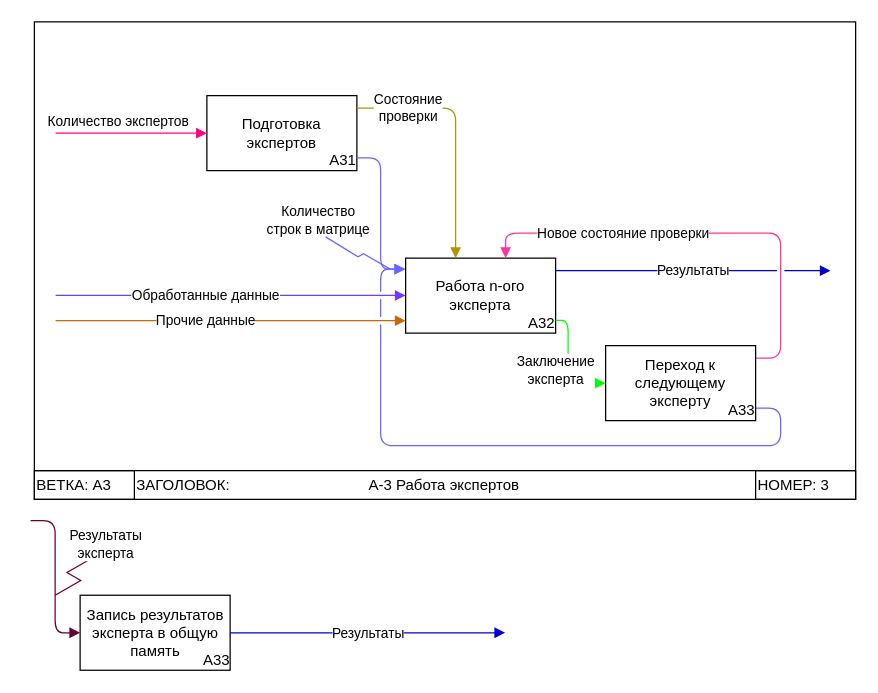
This is page "А3" (3 of 4) of draw_io/idef0 prog.drawio from Dimj1k/Works, a draw.io file, before an edit. Source tidied: cells renumbered, new cells numbered last; positions are measured from the earlier drawing's top-left corner, leaving out a move shared by most shapes. Both pictures are drawn from the tidied source at 125%, with x=0, y=0 at pixel (30, 21).
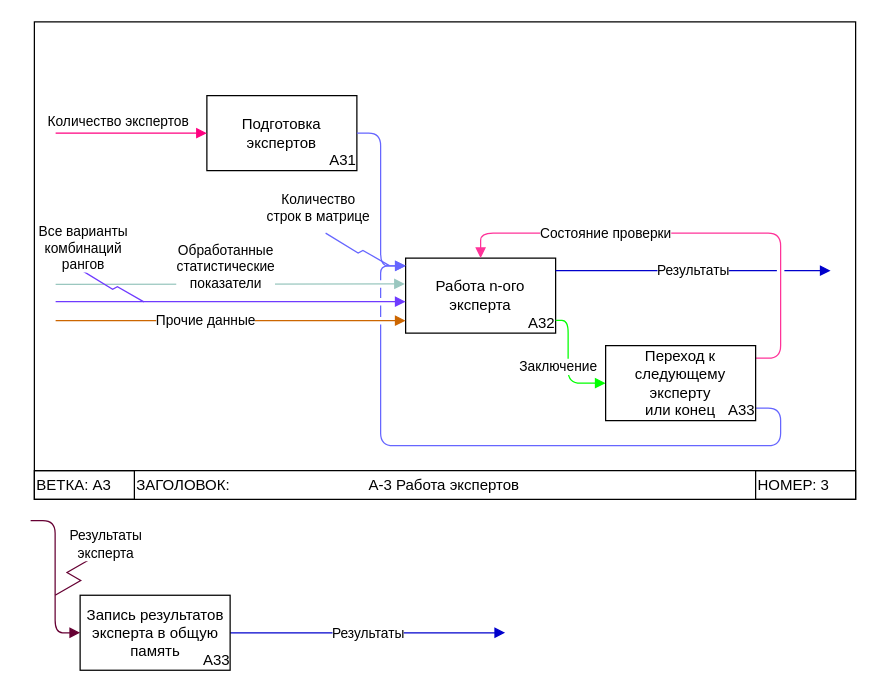
Above is the later version.

The change refers to these unchanged cells:
```xml
<mxCell id="3" style="swimlane;direction=west;fillColor=none;swimlaneFillColor=none;shadow=0;swimlaneLine=1;" parent="1" vertex="1">
  <mxGeometry x="3" width="657" height="382" as="geometry" />
</mxCell>
<mxCell id="9" value="Подготовка экспертов" style="rounded=0;whiteSpace=wrap;html=1;" parent="8" vertex="1">
  <mxGeometry width="120" height="60" as="geometry" />
</mxCell>
<mxCell id="12" value="Работа n-ого эксперта" style="rounded=0;whiteSpace=wrap;html=1;" parent="11" vertex="1">
  <mxGeometry width="120" height="60" as="geometry" />
</mxCell>
<mxCell id="13" value="А32" style="text;html=1;strokeColor=none;fillColor=none;align=center;verticalAlign=middle;whiteSpace=wrap;rounded=0;" parent="11" vertex="1">
  <mxGeometry x="98" y="44" width="22" height="16" as="geometry" />
</mxCell>
<mxCell id="26" style="group;" parent="3" vertex="1">
  <mxGeometry x="457" y="259" width="120" height="60" as="geometry" />
</mxCell>
<mxCell id="28" value="А33" style="text;html=1;strokeColor=none;fillColor=none;align=center;verticalAlign=middle;whiteSpace=wrap;rounded=0;" parent="26" vertex="1">
  <mxGeometry x="98" y="44" width="22" height="16" as="geometry" />
</mxCell>
```

Change to the diagram source:
```diff
@@
+    <mxCell id="32" value="Обработанные&lt;br style=&quot;border-color: var(--border-color);&quot;&gt;статистические&lt;br style=&quot;border-color: var(--border-color);&quot;&gt;показатели" style="rounded=1;jettySize=auto;html=1;entryX=-0.005;entryY=0.344;entryDx=0;entryDy=0;strokeColor=#9AC7BF;endArrow=block;endFill=1;entryPerimeter=0;" parent="1" edge="1" target="12">
+      <mxGeometry x="-0.03" y="14" relative="1" as="geometry">
+        <mxPoint x="20" y="210" as="sourcePoint" />
+      </mxGeometry>
+    </mxCell>
@@
+    <mxCell id="33" style="edgeStyle=isometricEdgeStyle;endArrow=none;html=1;rounded=0;elbow=vertical;strokeColor=#6f3bff;" parent="3" edge="1">
+      <mxGeometry relative="1" as="geometry">
+        <mxPoint x="87.6" y="224" as="sourcePoint" />
+        <mxPoint x="36.6" y="198" as="targetPoint" />
+        <Array as="points">
+          <mxPoint x="62.6" y="214" />
+        </Array>
+      </mxGeometry>
+    </mxCell>
@@
-    <mxCell id="14" value="Состояние&lt;br&gt;проверки" style="edgeStyle=orthogonalEdgeStyle;rounded=1;jettySize=auto;html=1;fillColor=#e3c800;strokeColor=#B09500;exitX=1;exitY=0.166;exitDx=0;exitDy=0;exitPerimeter=0;endArrow=block;endFill=1;" parent="3" edge="1" source="9">
-      <mxGeometry x="-0.59" relative="1" as="geometry">
-        <mxPoint x="337" y="189" as="targetPoint" />
-        <Array as="points">
-          <mxPoint x="337" y="69" />
-        </Array>
-      </mxGeometry>
-    </mxCell>
@@
-    <mxCell id="16" value="Обработанные данные" style="endArrow=block;html=1;rounded=0;labelBackgroundColor=default;strokeColor=#6f3bff;fontFamily=Helvetica;fontSize=11;fontColor=default;shape=connector;endFill=1;entryX=0;entryY=0.5;entryDx=0;entryDy=0;" parent="3" edge="1">
-      <mxGeometry x="-0.14" relative="1" as="geometry">
-        <mxPoint x="17" y="218.8" as="sourcePoint" />
-        <mxPoint x="297" y="218.8" as="targetPoint" />
+    <mxCell id="16" value="Все варианты&lt;br style=&quot;border-color: var(--border-color);&quot;&gt;комбинаций&lt;br style=&quot;border-color: var(--border-color);&quot;&gt;рангов" style="endArrow=block;html=1;rounded=0;labelBackgroundColor=default;strokeColor=#6f3bff;fontFamily=Helvetica;fontSize=11;fontColor=default;shape=connector;endFill=1;entryX=0;entryY=0.5;entryDx=0;entryDy=0;" parent="3" edge="1">
+      <mxGeometry x="-0.84" y="43" relative="1" as="geometry">
+        <mxPoint x="17" y="223.8" as="sourcePoint" />
+        <mxPoint x="297" y="223.8" as="targetPoint" />
       </mxGeometry>
     </mxCell>
-    <mxCell id="17" value="Заключение&lt;br&gt;эксперта" style="edgeStyle=orthogonalEdgeStyle;rounded=1;jettySize=auto;html=1;exitX=0.998;exitY=0.358;exitDx=0;exitDy=0;exitPerimeter=0;strokeColor=#00FF00;entryX=0;entryY=0.5;entryDx=0;entryDy=0;endArrow=block;endFill=1;" parent="3" edge="1" source="13" target="27">
-      <mxGeometry x="0.11" y="-10" relative="1" as="geometry">
+    <mxCell id="17" value="Заключение" style="edgeStyle=orthogonalEdgeStyle;rounded=1;jettySize=auto;html=1;exitX=0.998;exitY=0.358;exitDx=0;exitDy=0;exitPerimeter=0;strokeColor=#00FF00;entryX=0;entryY=0.5;entryDx=0;entryDy=0;endArrow=block;endFill=1;" parent="3" edge="1" source="13" target="27">
+      <mxGeometry x="0.03" y="-8" relative="1" as="geometry">
         <Array as="points">
           <mxPoint x="427" y="239" />
           <mxPoint x="427" y="289" />
         </Array>
       </mxGeometry>
     </mxCell>
-    <mxCell id="18" value="Новое состояние проверки" style="edgeStyle=orthogonalEdgeStyle;rounded=1;jettySize=auto;html=1;endArrow=block;endFill=1;strokeColor=#FF3399;exitX=1.002;exitY=0.167;exitDx=0;exitDy=0;exitPerimeter=0;" parent="3" edge="1" source="27">
+    <mxCell id="18" value="Состояние проверки" style="edgeStyle=orthogonalEdgeStyle;rounded=1;jettySize=auto;html=1;endArrow=block;endFill=1;strokeColor=#FF3399;exitX=1.002;exitY=0.167;exitDx=0;exitDy=0;exitPerimeter=0;entryX=0.5;entryY=0;entryDx=0;entryDy=0;" parent="3" edge="1" source="27" target="12">
       <mxGeometry x="0.37" relative="1" as="geometry">
-        <mxPoint x="377" y="189" as="targetPoint" />
         <Array as="points">
           <mxPoint x="597" y="269" />
           <mxPoint x="597" y="169" />
-          <mxPoint x="377" y="169" />
+          <mxPoint x="357" y="169" />
         </Array>
       </mxGeometry>
     </mxCell>
-    <mxCell id="19" style="edgeStyle=orthogonalEdgeStyle;rounded=1;jettySize=auto;html=1;entryX=-0.003;entryY=0.146;entryDx=0;entryDy=0;entryPerimeter=0;endArrow=block;endFill=1;jumpStyle=gap;strokeColor=#6666ff;exitX=0.998;exitY=0.369;exitDx=0;exitDy=0;exitPerimeter=0;" parent="3" edge="1" source="28" target="12">
+    <mxCell id="19" style="edgeStyle=orthogonalEdgeStyle;rounded=1;jettySize=auto;html=1;entryX=0;entryY=0.103;entryDx=0;entryDy=0;entryPerimeter=0;endArrow=block;endFill=1;jumpStyle=gap;strokeColor=#6666ff;exitX=0.998;exitY=0.369;exitDx=0;exitDy=0;exitPerimeter=0;" parent="3" edge="1" source="28" target="12">
       <mxGeometry relative="1" as="geometry">
         <Array as="points">
           <mxPoint x="597" y="309" />
           <mxPoint x="597" y="339" />
           <mxPoint x="277" y="339" />
-          <mxPoint x="277" y="198" />
+          <mxPoint x="277" y="195" />
         </Array>
       </mxGeometry>
     </mxCell>
-    <mxCell id="20" value="Количество&lt;br&gt;строк в матрице" style="edgeStyle=orthogonalEdgeStyle;rounded=1;jettySize=auto;html=1;entryX=-0.003;entryY=0.146;entryDx=0;entryDy=0;strokeColor=#6666FF;entryPerimeter=0;endArrow=block;endFill=1;exitX=1.002;exitY=0.829;exitDx=0;exitDy=0;exitPerimeter=0;" parent="3" edge="1" source="9" target="12">
-      <mxGeometry x="0.08" y="-50" relative="1" as="geometry">
-        <Array as="points">
-          <mxPoint x="277" y="109" />
-          <mxPoint x="277" y="198" />
-        </Array>
-      </mxGeometry>
-    </mxCell>
@@
-    <mxCell id="27" value="Переход к следующему эксперту" style="rounded=0;whiteSpace=wrap;html=1;" parent="26" vertex="1">
+    <mxCell id="27" value="Переход к следующему эксперту&lt;br&gt;или конец" style="rounded=0;whiteSpace=wrap;html=1;" parent="26" vertex="1">
       <mxGeometry width="120" height="60" as="geometry" />
     </mxCell>
@@
+    <mxCell id="31" style="edgeStyle=isometricEdgeStyle;endArrow=none;html=1;rounded=0;elbow=vertical;strokeColor=#6666ff;" parent="3" edge="1">
+      <mxGeometry relative="1" as="geometry">
+        <mxPoint x="284" y="195" as="sourcePoint" />
+        <mxPoint x="233" y="169" as="targetPoint" />
+        <Array as="points">
+          <mxPoint x="259" y="185" />
+        </Array>
+      </mxGeometry>
+    </mxCell>
+    <mxCell id="20" value="Количество&lt;br&gt;строк в матрице" style="edgeStyle=orthogonalEdgeStyle;rounded=1;jettySize=auto;html=1;entryX=0.001;entryY=0.103;entryDx=0;entryDy=0;strokeColor=#6666FF;entryPerimeter=0;endArrow=block;endFill=1;exitX=1;exitY=0.5;exitDx=0;exitDy=0;" parent="3" edge="1" source="9" target="12">
+      <mxGeometry x="0.09" y="-50" relative="1" as="geometry">
+        <Array as="points">
+          <mxPoint x="277" y="89" />
+          <mxPoint x="277" y="195" />
+        </Array>
+      </mxGeometry>
+    </mxCell>
@@
-    <mxCell id="31" style="edgeStyle=isometricEdgeStyle;endArrow=none;html=1;rounded=0;elbow=vertical;strokeColor=#6666ff;" parent="1" edge="1">
-      <mxGeometry relative="1" as="geometry">
-        <mxPoint x="288" y="198" as="sourcePoint" />
-        <mxPoint x="236" y="172" as="targetPoint" />
-        <Array as="points">
-          <mxPoint x="262" y="188" />
-        </Array>
-      </mxGeometry>
-    </mxCell>
```
